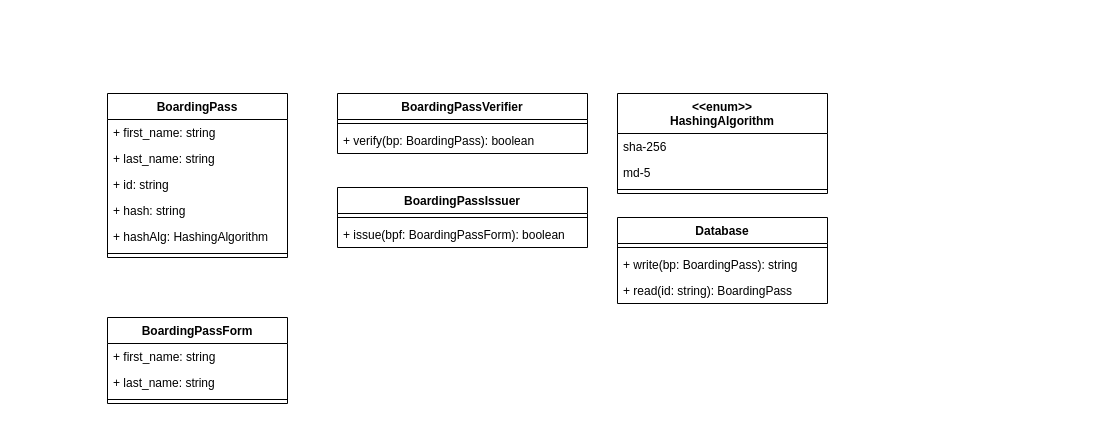
This is Diagrams/boarding_pass_detail.drawio from oskarbreindahl/Softwarebyggehygge, a draw.io file, before an edit. Source tidied: cells renumbered, new cells numbered last; positions are measured from the earlier drawing's top-left corner, leaving out a move shared by most shapes. Both pictures are drawn from the tidied source at 100%, with x=0, y=0 at pixel (107, 93).
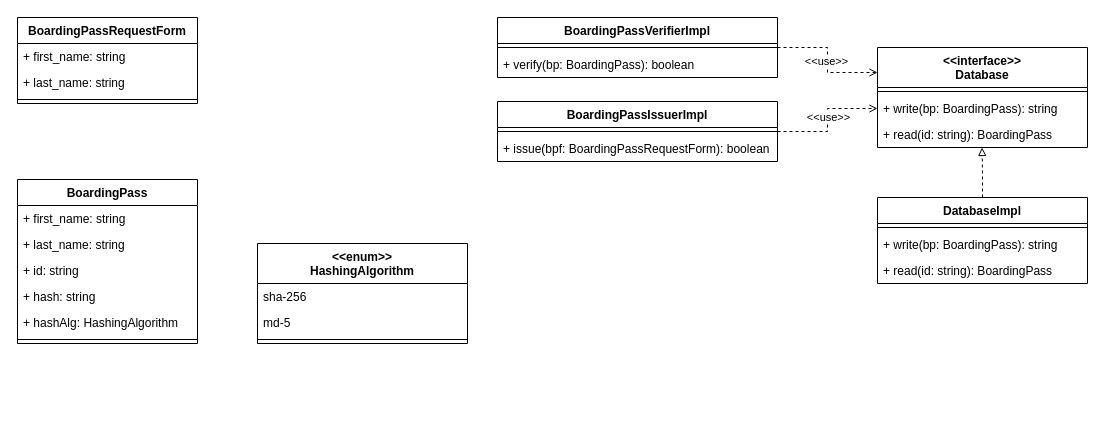
Above is the later version.

Change to the diagram source:
```diff
@@
     <mxCell id="2" value="BoardingPass" style="swimlane;fontStyle=1;align=center;verticalAlign=top;horizontal=1;startSize=26;whiteSpace=wrap;html=1;" parent="1" vertex="1">
-      <mxGeometry width="180" height="164" as="geometry" />
+      <mxGeometry x="-90" y="86" width="180" height="164" as="geometry" />
     </mxCell>
@@
+    <mxCell id="27" style="edgeStyle=orthogonalEdgeStyle;rounded=0;jettySize=auto;html=1;entryX=0;entryY=0.25;entryDx=0;entryDy=0;dashed=1;endArrow=open;endFill=0;" parent="1" edge="1" source="9" target="29">
+      <mxGeometry relative="1" as="geometry" />
+    </mxCell>
+    <mxCell id="28" value="&amp;lt;&amp;lt;use&amp;gt;&amp;gt;" style="edgeLabel;html=1;align=center;verticalAlign=middle;" parent="27" vertex="1">
+      <mxGeometry x="-0.13" y="-2" relative="1" as="geometry">
+        <mxPoint y="9" as="offset" />
+      </mxGeometry>
+    </mxCell>
-    <mxCell id="9" value="BoardingPassVerifier" style="swimlane;fontStyle=1;align=center;verticalAlign=top;horizontal=1;startSize=26;whiteSpace=wrap;html=1;" parent="1" vertex="1">
-      <mxGeometry x="230" width="250" height="60" as="geometry" />
+    <mxCell id="9" value="BoardingPassVerifierImpl" style="swimlane;fontStyle=1;align=center;verticalAlign=top;horizontal=1;startSize=26;whiteSpace=wrap;html=1;" parent="1" vertex="1">
+      <mxGeometry x="390" y="-76" width="280" height="60" as="geometry" />
     </mxCell>
     <mxCell id="10" style="line;strokeWidth=1;fillColor=none;align=left;verticalAlign=middle;spacingTop=-1;spacingLeft=3;spacingRight=3;labelPosition=right;strokeColor=inherit;" parent="9" vertex="1">
-      <mxGeometry y="26" width="250" height="8" as="geometry" />
+      <mxGeometry y="26" width="280" height="8" as="geometry" />
     </mxCell>
     <mxCell id="11" value="+ verify(bp: BoardingPass): boolean" style="text;strokeColor=none;fillColor=none;align=left;verticalAlign=top;spacingLeft=4;spacingRight=4;overflow=hidden;whiteSpace=wrap;html=1;" parent="9" vertex="1">
-      <mxGeometry y="34" width="250" height="26" as="geometry" />
+      <mxGeometry y="34" width="280" height="26" as="geometry" />
     </mxCell>
-    <mxCell id="12" value="BoardingPassIssuer" style="swimlane;fontStyle=1;align=center;verticalAlign=top;horizontal=1;startSize=26;whiteSpace=wrap;html=1;" parent="1" vertex="1">
-      <mxGeometry x="230" y="94" width="250" height="60" as="geometry" />
+    <mxCell id="12" value="BoardingPassIssuerImpl" style="swimlane;fontStyle=1;align=center;verticalAlign=top;horizontal=1;startSize=26;whiteSpace=wrap;html=1;" parent="1" vertex="1">
+      <mxGeometry x="390" y="8" width="280" height="60" as="geometry" />
     </mxCell>
     <mxCell id="13" style="line;strokeWidth=1;fillColor=none;align=left;verticalAlign=middle;spacingTop=-1;spacingLeft=3;spacingRight=3;labelPosition=right;strokeColor=inherit;" parent="12" vertex="1">
-      <mxGeometry y="26" width="250" height="8" as="geometry" />
+      <mxGeometry y="26" width="280" height="8" as="geometry" />
     </mxCell>
-    <mxCell id="14" value="+ issue(bpf: BoardingPassForm): boolean" style="text;strokeColor=none;fillColor=none;align=left;verticalAlign=top;spacingLeft=4;spacingRight=4;overflow=hidden;whiteSpace=wrap;html=1;" parent="12" vertex="1">
-      <mxGeometry y="34" width="250" height="26" as="geometry" />
+    <mxCell id="14" value="+ issue(bpf: BoardingPassRequestForm): boolean" style="text;strokeColor=none;fillColor=none;align=left;verticalAlign=top;spacingLeft=4;spacingRight=4;overflow=hidden;whiteSpace=wrap;html=1;" parent="12" vertex="1">
+      <mxGeometry y="34" width="280" height="26" as="geometry" />
     </mxCell>
     <mxCell id="15" value="&lt;div&gt;&amp;lt;&amp;lt;enum&amp;gt;&amp;gt;&lt;/div&gt;HashingAlgorithm" style="swimlane;fontStyle=1;align=center;verticalAlign=top;horizontal=1;startSize=40;whiteSpace=wrap;html=1;" parent="1" vertex="1">
-      <mxGeometry x="510" width="210" height="100" as="geometry" />
+      <mxGeometry x="150" y="150" width="210" height="100" as="geometry" />
     </mxCell>
@@
-    <mxCell id="19" value="BoardingPassForm" style="swimlane;fontStyle=1;align=center;verticalAlign=top;horizontal=1;startSize=26;whiteSpace=wrap;html=1;" parent="1" vertex="1">
-      <mxGeometry y="224" width="180" height="86" as="geometry" />
+    <mxCell id="19" value="BoardingPassRequestForm" style="swimlane;fontStyle=1;align=center;verticalAlign=top;horizontal=1;startSize=26;whiteSpace=wrap;html=1;" parent="1" vertex="1">
+      <mxGeometry x="-90" y="-76" width="180" height="86" as="geometry" />
     </mxCell>
@@
-    <mxCell id="23" value="Database" style="swimlane;fontStyle=1;align=center;verticalAlign=top;horizontal=1;startSize=26;whiteSpace=wrap;html=1;" parent="1" vertex="1">
-      <mxGeometry x="510" y="124" width="210" height="86" as="geometry" />
+    <mxCell id="23" value="DatabaseImpl" style="swimlane;fontStyle=1;align=center;verticalAlign=top;horizontal=1;startSize=26;whiteSpace=wrap;html=1;" parent="1" vertex="1">
+      <mxGeometry x="770" y="104" width="210" height="86" as="geometry" />
     </mxCell>
@@
+    <mxCell id="29" value="&lt;div&gt;&amp;lt;&amp;lt;interface&amp;gt;&amp;gt;&lt;/div&gt;Database" style="swimlane;fontStyle=1;align=center;verticalAlign=top;horizontal=1;startSize=40;whiteSpace=wrap;html=1;" parent="1" vertex="1">
+      <mxGeometry x="770" y="-46" width="210" height="100" as="geometry" />
+    </mxCell>
+    <mxCell id="30" style="line;strokeWidth=1;fillColor=none;align=left;verticalAlign=middle;spacingTop=-1;spacingLeft=3;spacingRight=3;labelPosition=right;strokeColor=inherit;" parent="29" vertex="1">
+      <mxGeometry y="40" width="210" height="8" as="geometry" />
+    </mxCell>
+    <mxCell id="31" value="+ write(bp: BoardingPass): string" style="text;strokeColor=none;fillColor=none;align=left;verticalAlign=top;spacingLeft=4;spacingRight=4;overflow=hidden;points=[[0,0.5],[1,0.5]];portConstraint=eastwest;whiteSpace=wrap;html=1;" parent="29" vertex="1">
+      <mxGeometry y="48" width="210" height="26" as="geometry" />
+    </mxCell>
+    <mxCell id="32" value="+ read(id: string): BoardingPass" style="text;strokeColor=none;fillColor=none;align=left;verticalAlign=top;spacingLeft=4;spacingRight=4;overflow=hidden;points=[[0,0.5],[1,0.5]];portConstraint=eastwest;whiteSpace=wrap;html=1;" parent="29" vertex="1">
+      <mxGeometry y="74" width="210" height="26" as="geometry" />
+    </mxCell>
+    <mxCell id="33" style="edgeStyle=orthogonalEdgeStyle;rounded=0;jettySize=auto;html=1;entryX=0;entryY=0.5;entryDx=0;entryDy=0;dashed=1;endArrow=open;endFill=0;" parent="1" edge="1" source="12" target="31">
+      <mxGeometry relative="1" as="geometry" />
+    </mxCell>
+    <mxCell id="34" value="&amp;lt;&amp;lt;use&amp;gt;&amp;gt;" style="edgeLabel;html=1;align=center;verticalAlign=middle;" parent="33" vertex="1">
+      <mxGeometry x="0.05" relative="1" as="geometry" />
+    </mxCell>
+    <mxCell id="35" style="edgeStyle=orthogonalEdgeStyle;rounded=0;jettySize=auto;html=1;entryX=0.498;entryY=1;entryDx=0;entryDy=0;entryPerimeter=0;endArrow=block;endFill=0;dashed=1;" parent="1" edge="1" source="23" target="32">
+      <mxGeometry relative="1" as="geometry" />
+    </mxCell>
```
